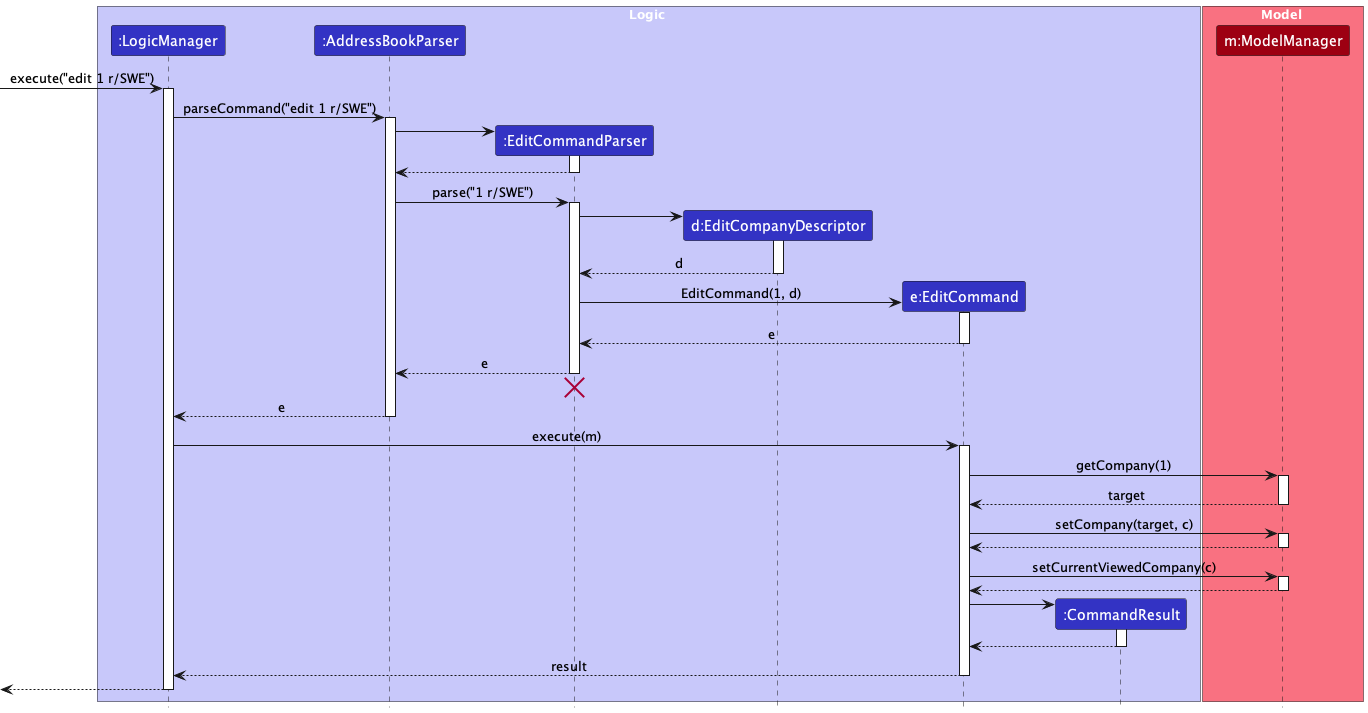
Earlier version of the PlantUML export docs/images/EditSequenceDiagram.png (tayruxin/tp).
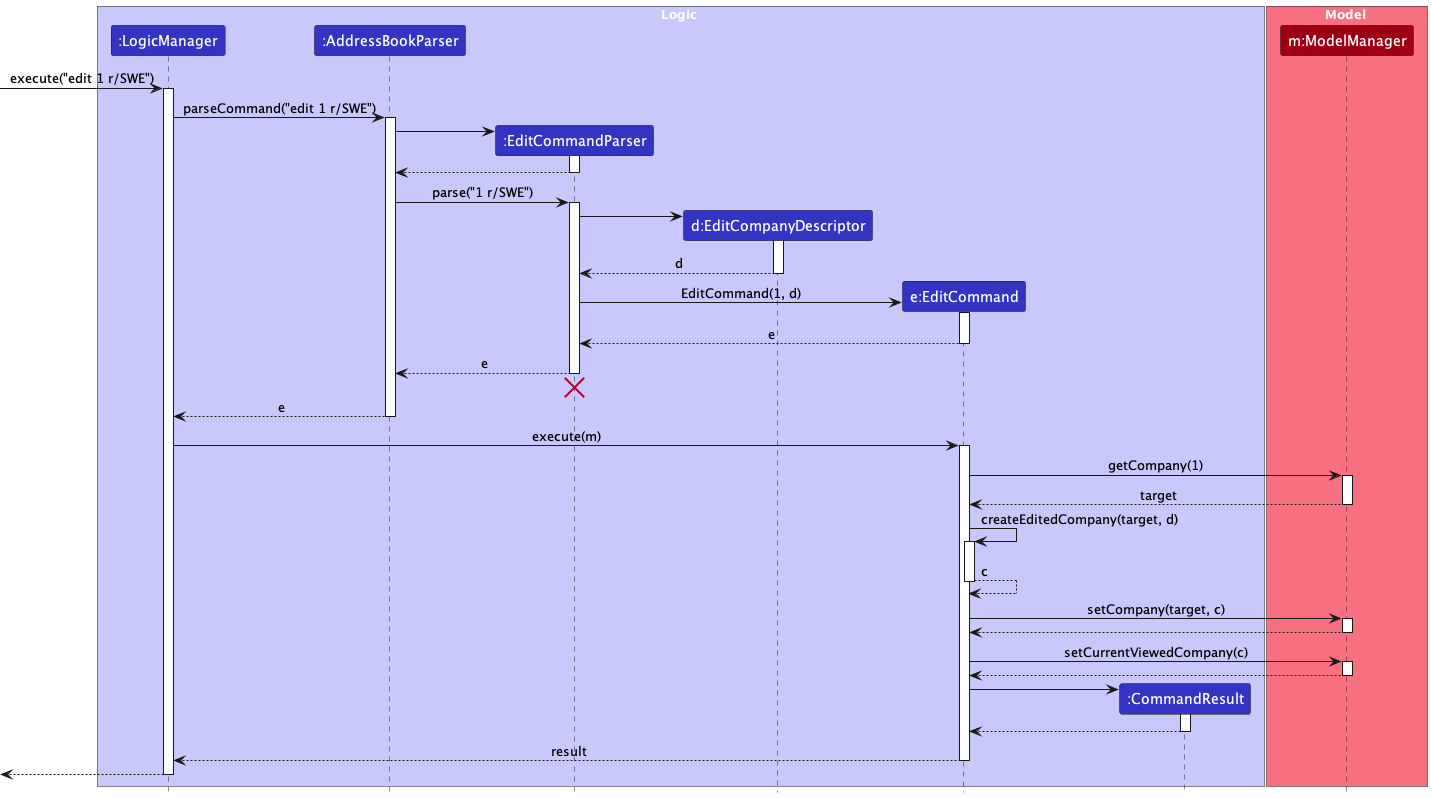
The same file after the commit.

Change to the diagram source:
```diff
@@ -64,6 +64,11 @@
 Model --> EditCommand : target
 deactivate Model
 
+EditCommand -> EditCommand : createEditedCompany(target, d)
+activate EditCommand
+EditCommand --> EditCommand : c
+deactivate EditCommand
+
 EditCommand -> Model : setCompany(target, c)
 activate Model
 
```
